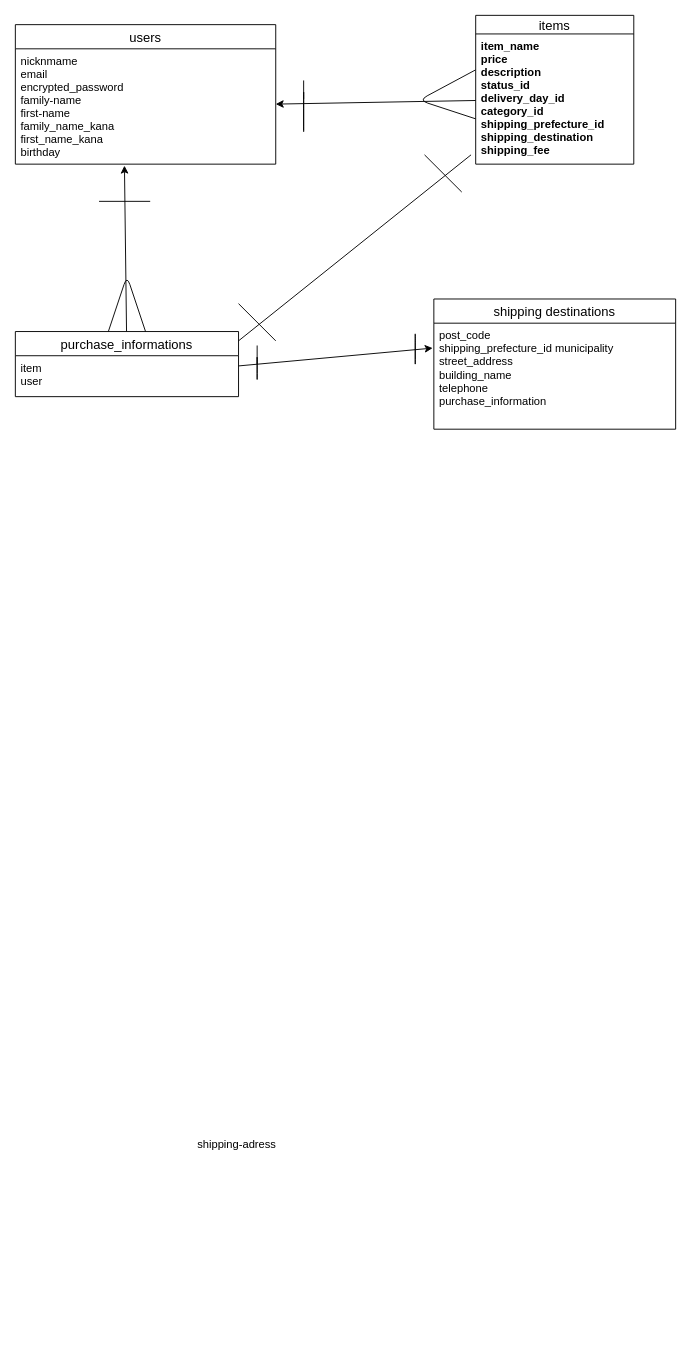
This is ER.dio from srho1212/furima-41247, a draw.io file, before an edit. Source tidied: cells renumbered, new cells numbered last; positions are measured from the earlier drawing's top-left corner, leaving out a move shared by most shapes. Both pictures are drawn from the tidied source at 93%, with x=0, y=0 at pixel (15, 15).
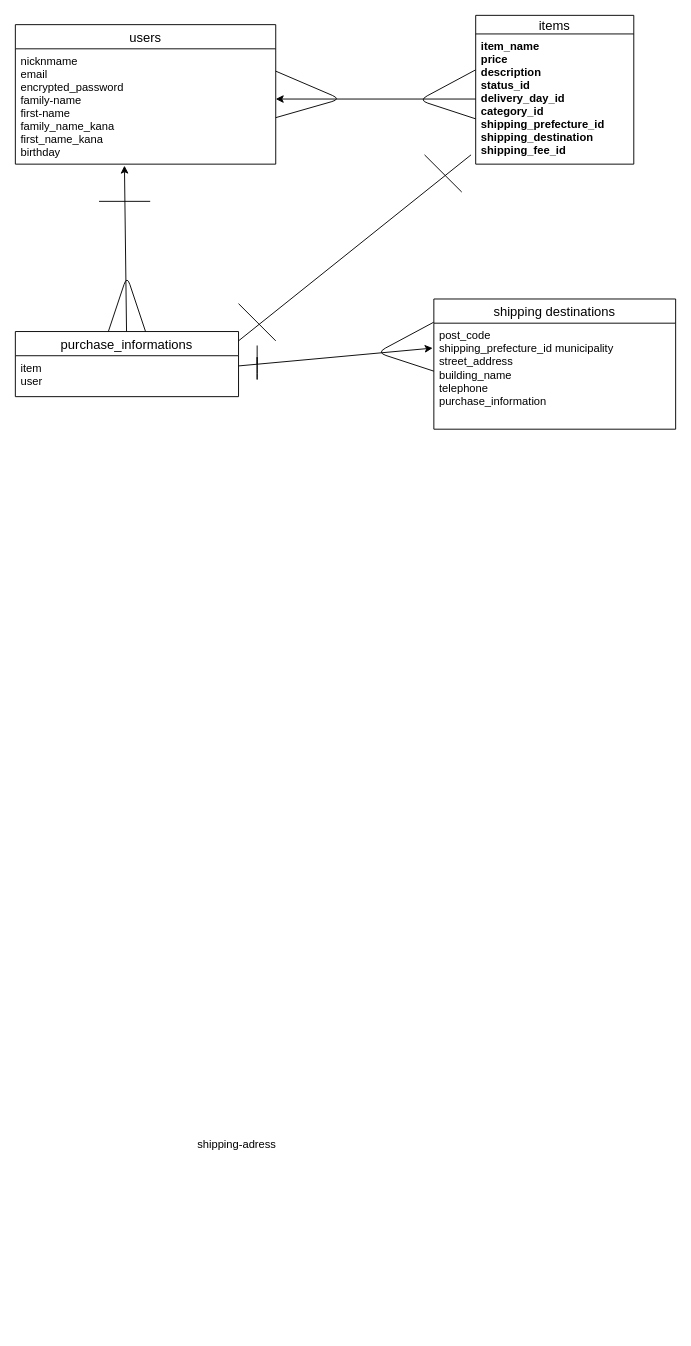
After the change.

Commit message (it also covers changes not shown here):
データーベース修正4

Unchanged cells that the change refers to:
```xml
<mxCell id="3" value="nicknmame&#10;email&#10;encrypted_password&#10;family-name&#10;first-name&#10;family_name_kana&#10;first_name_kana&#10;birthday" style="text;strokeColor=none;fillColor=none;spacingLeft=4;spacingRight=4;overflow=hidden;points=[[0,0.5],[1,0.5]];portConstraint=eastwest;fontSize=12;" parent="2" vertex="1">
  <mxGeometry y="26" width="280" height="124" as="geometry" />
</mxCell>
<mxCell id="9" value="items" style="swimlane;fontStyle=0;horizontal=1;startSize=20;align=center;fontSize=14;" parent="1" vertex="1">
  <mxGeometry x="495" width="170" height="160" as="geometry" />
</mxCell>
```

Change to the diagram source:
```diff
@@
-    <mxCell id="10" value="item_name&#10;price&#10;description&#10;status_id&#10;delivery_day_id &#10;category_id&#10;shipping_prefecture_id&#10;shipping_destination &#10;shipping_fee&#10;" style="text;strokeColor=none;fillColor=none;spacingLeft=4;spacingRight=4;overflow=hidden;points=[[0,0.5],[1,0.5]];portConstraint=eastwest;fontSize=12;fontStyle=1;" parent="9" vertex="1">
+    <mxCell id="10" value="item_name&#10;price&#10;description&#10;status_id&#10;delivery_day_id &#10;category_id&#10;shipping_prefecture_id&#10;shipping_destination &#10;shipping_fee_id&#10;" style="text;strokeColor=none;fillColor=none;spacingLeft=4;spacingRight=4;overflow=hidden;points=[[0,0.5],[1,0.5]];portConstraint=eastwest;fontSize=12;fontStyle=1;" parent="9" vertex="1">
       <mxGeometry y="20" width="170" height="140" as="geometry" />
     </mxCell>
@@
-    <mxCell id="12" style="endArrow=none;html=1;" parent="1" edge="1">
-      <mxGeometry relative="1" as="geometry">
-        <mxPoint x="310" y="90" as="sourcePoint" />
-        <mxPoint x="310" y="70" as="targetPoint" />
-        <Array as="points">
-          <mxPoint x="310" y="80" />
-          <mxPoint x="310" y="90" />
-          <mxPoint x="310" y="130" />
-        </Array>
-      </mxGeometry>
-    </mxCell>
@@
-    <mxCell id="16" style="edgeStyle=none;html=1;" parent="1" edge="1" source="10" target="3">
-      <mxGeometry relative="1" as="geometry" />
+    <mxCell id="16" style="edgeStyle=none;html=1;" parent="1" edge="1" source="10">
+      <mxGeometry relative="1" as="geometry">
+        <mxPoint x="280" y="90" as="targetPoint" />
+      </mxGeometry>
     </mxCell>
@@
-    <mxCell id="19" style="endArrow=none;html=1;" parent="1" edge="1">
-      <mxGeometry relative="1" as="geometry">
-        <mxPoint x="430" y="350" as="sourcePoint" />
-        <mxPoint x="430" y="350" as="targetPoint" />
-        <Array as="points">
-          <mxPoint x="430" y="340" />
-          <mxPoint x="430" y="350" />
-          <mxPoint x="430" y="380" />
-        </Array>
-      </mxGeometry>
-    </mxCell>
@@
+    <mxCell id="23" style="edgeStyle=none;html=1;endArrow=none;entryX=0.344;entryY=1.004;entryDx=0;entryDy=0;entryPerimeter=0;" parent="1" edge="1">
+      <mxGeometry relative="1" as="geometry">
+        <mxPoint x="450" y="382.6" as="sourcePoint" />
+        <mxPoint x="449.8" y="330" as="targetPoint" />
+        <Array as="points">
+          <mxPoint x="389" y="362.6" />
+        </Array>
+      </mxGeometry>
+    </mxCell>
+    <mxCell id="24" style="edgeStyle=none;html=1;endArrow=none;" parent="1" edge="1">
+      <mxGeometry relative="1" as="geometry">
+        <mxPoint x="280" y="110" as="sourcePoint" />
+        <mxPoint x="280" y="60" as="targetPoint" />
+        <Array as="points">
+          <mxPoint x="350" y="90" />
+        </Array>
+      </mxGeometry>
+    </mxCell>
```
